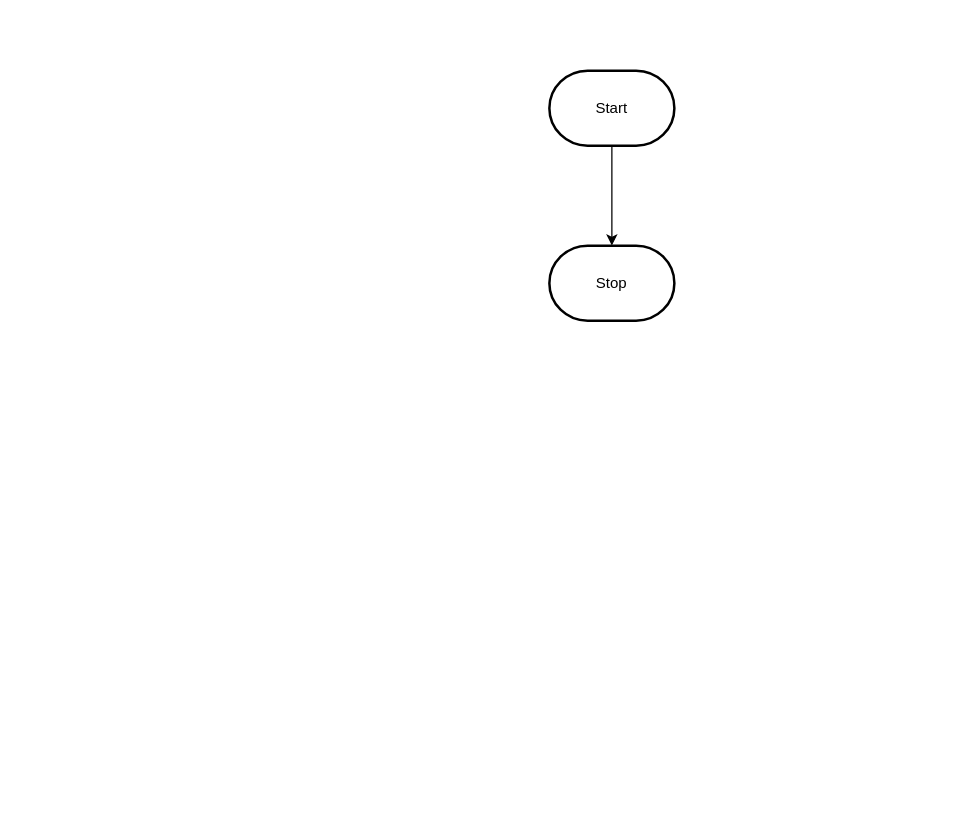
Earlier version of the draw.io diagram design/flowchart.drawio (MTHS-TEJ2O-1-2023/TEJ2O-Unit-2-11-sophie-nguyen-0). Source tidied: cells renumbered, new cells numbered last; positions are measured from the earlier drawing's top-left corner, leaving out a move shared by most shapes. Both pictures are drawn from the tidied source at 125%, with x=0, y=0 at pixel (549, 70).
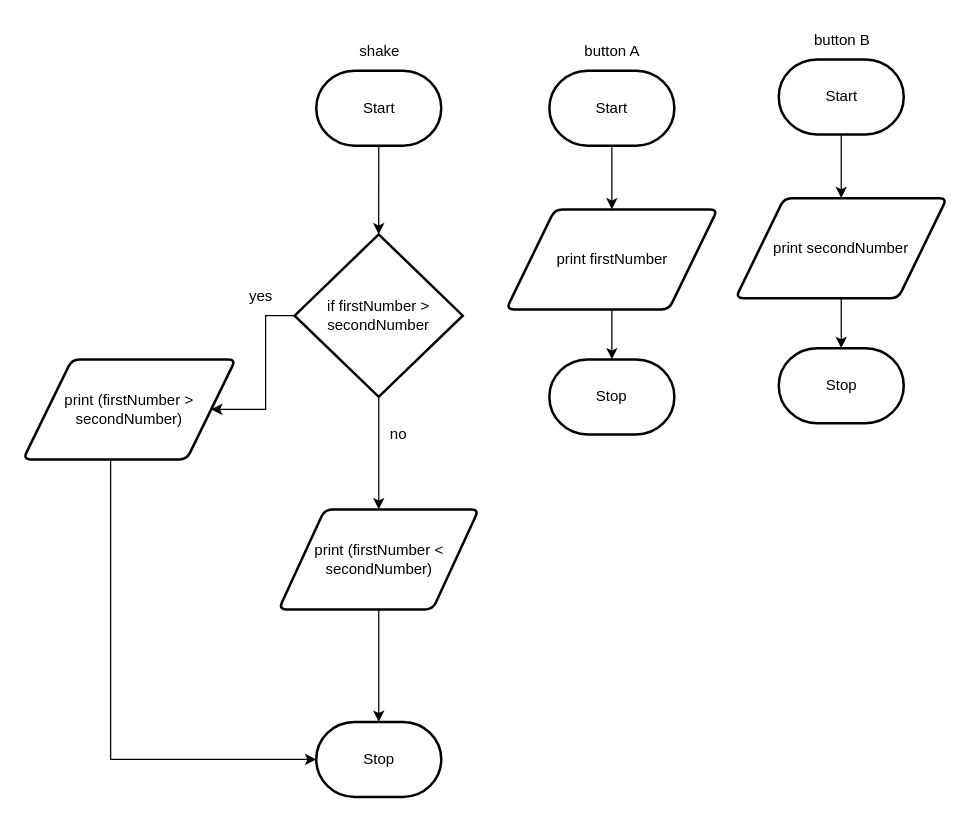
The same page after the edit.

The change refers to these unchanged cells:
```xml
<mxCell id="3" value="Start" style="strokeWidth=2;html=1;shape=mxgraph.flowchart.terminator;whiteSpace=wrap;" parent="1" vertex="1">
  <mxGeometry width="100" height="60" as="geometry" />
</mxCell>
```

What changed in the source:
```diff
@@
-    <mxCell id="2" style="edgeStyle=orthogonalEdgeStyle;html=1;rounded=0;" parent="1" edge="1" source="3" target="4">
-      <mxGeometry relative="1" as="geometry" />
-    </mxCell>
+    <mxCell id="5" style="edgeStyle=none;html=1;" parent="1" edge="1" source="3" target="8">
+      <mxGeometry relative="1" as="geometry" />
+    </mxCell>
@@
     <mxCell id="4" value="Stop" style="strokeWidth=2;html=1;shape=mxgraph.flowchart.terminator;whiteSpace=wrap;" parent="1" vertex="1">
-      <mxGeometry y="140" width="100" height="60" as="geometry" />
+      <mxGeometry y="231" width="100" height="60" as="geometry" />
     </mxCell>
+    <mxCell id="6" value="button A" style="text;html=1;align=center;verticalAlign=middle;strokeColor=none;fillColor=none;" parent="1" vertex="1">
+      <mxGeometry x="15" y="-30" width="70" height="30" as="geometry" />
+    </mxCell>
+    <mxCell id="7" style="edgeStyle=none;html=1;" parent="1" edge="1" source="8" target="4">
+      <mxGeometry relative="1" as="geometry" />
+    </mxCell>
+    <mxCell id="8" value="print firstNumber" style="shape=parallelogram;html=1;strokeWidth=2;perimeter=parallelogramPerimeter;whiteSpace=wrap;rounded=1;arcSize=12;size=0.23;" parent="1" vertex="1">
+      <mxGeometry x="-34.5" y="111" width="169" height="80" as="geometry" />
+    </mxCell>
+    <mxCell id="9" style="edgeStyle=none;html=1;" parent="1" edge="1" source="10" target="14">
+      <mxGeometry relative="1" as="geometry" />
+    </mxCell>
+    <mxCell id="10" value="Start" style="strokeWidth=2;html=1;shape=mxgraph.flowchart.terminator;whiteSpace=wrap;" parent="1" vertex="1">
+      <mxGeometry x="183.5" y="-9" width="100" height="60" as="geometry" />
+    </mxCell>
+    <mxCell id="11" value="Stop" style="strokeWidth=2;html=1;shape=mxgraph.flowchart.terminator;whiteSpace=wrap;" parent="1" vertex="1">
+      <mxGeometry x="183.5" y="222" width="100" height="60" as="geometry" />
+    </mxCell>
+    <mxCell id="12" value="button B" style="text;html=1;align=center;verticalAlign=middle;strokeColor=none;fillColor=none;" parent="1" vertex="1">
+      <mxGeometry x="198.5" y="-39" width="70" height="30" as="geometry" />
+    </mxCell>
+    <mxCell id="13" style="edgeStyle=none;html=1;" parent="1" edge="1" source="14" target="11">
+      <mxGeometry relative="1" as="geometry" />
+    </mxCell>
+    <mxCell id="14" value="print secondNumber" style="shape=parallelogram;html=1;strokeWidth=2;perimeter=parallelogramPerimeter;whiteSpace=wrap;rounded=1;arcSize=12;size=0.23;" parent="1" vertex="1">
+      <mxGeometry x="149" y="102" width="169" height="80" as="geometry" />
+    </mxCell>
+    <mxCell id="15" style="edgeStyle=none;html=1;" parent="1" edge="1" source="16" target="21">
+      <mxGeometry relative="1" as="geometry" />
+    </mxCell>
+    <mxCell id="16" value="Start" style="strokeWidth=2;html=1;shape=mxgraph.flowchart.terminator;whiteSpace=wrap;" parent="1" vertex="1">
+      <mxGeometry x="-186.5" width="100" height="60" as="geometry" />
+    </mxCell>
+    <mxCell id="17" value="Stop" style="strokeWidth=2;html=1;shape=mxgraph.flowchart.terminator;whiteSpace=wrap;" parent="1" vertex="1">
+      <mxGeometry x="-186.5" y="521" width="100" height="60" as="geometry" />
+    </mxCell>
+    <mxCell id="18" value="shake" style="text;html=1;align=center;verticalAlign=middle;strokeColor=none;fillColor=none;" parent="1" vertex="1">
+      <mxGeometry x="-166.5" y="-30" width="60" height="30" as="geometry" />
+    </mxCell>
+    <mxCell id="19" style="edgeStyle=orthogonalEdgeStyle;html=1;rounded=0;" parent="1" edge="1" source="21" target="23">
+      <mxGeometry relative="1" as="geometry">
+        <Array as="points">
+          <mxPoint x="-227" y="196" />
+          <mxPoint x="-227" y="271" />
+        </Array>
+      </mxGeometry>
+    </mxCell>
+    <mxCell id="20" style="edgeStyle=orthogonalEdgeStyle;rounded=0;html=1;" parent="1" edge="1" source="21" target="26">
+      <mxGeometry relative="1" as="geometry" />
+    </mxCell>
+    <mxCell id="21" value="if firstNumber &amp;gt; secondNumber" style="strokeWidth=2;html=1;shape=mxgraph.flowchart.decision;whiteSpace=wrap;" parent="1" vertex="1">
+      <mxGeometry x="-203.8" y="131" width="134.5" height="130" as="geometry" />
+    </mxCell>
+    <mxCell id="22" style="edgeStyle=orthogonalEdgeStyle;rounded=0;html=1;entryX=0;entryY=0.5;entryDx=0;entryDy=0;entryPerimeter=0;" parent="1" edge="1" source="23" target="17">
+      <mxGeometry relative="1" as="geometry">
+        <Array as="points">
+          <mxPoint x="-351" y="551" />
+        </Array>
+      </mxGeometry>
+    </mxCell>
+    <mxCell id="23" value="print (firstNumber &amp;gt; secondNumber)" style="shape=parallelogram;html=1;strokeWidth=2;perimeter=parallelogramPerimeter;whiteSpace=wrap;rounded=1;arcSize=12;size=0.23;" parent="1" vertex="1">
+      <mxGeometry x="-421" y="231" width="170" height="80" as="geometry" />
+    </mxCell>
+    <mxCell id="24" value="yes" style="text;html=1;align=center;verticalAlign=middle;strokeColor=none;fillColor=none;" parent="1" vertex="1">
+      <mxGeometry x="-251" y="166" width="40" height="30" as="geometry" />
+    </mxCell>
+    <mxCell id="25" style="edgeStyle=orthogonalEdgeStyle;rounded=0;html=1;" parent="1" edge="1" source="26" target="17">
+      <mxGeometry relative="1" as="geometry" />
+    </mxCell>
+    <mxCell id="26" value="print (firstNumber &amp;lt; secondNumber)" style="shape=parallelogram;html=1;strokeWidth=2;perimeter=parallelogramPerimeter;whiteSpace=wrap;rounded=1;arcSize=12;size=0.23;" parent="1" vertex="1">
+      <mxGeometry x="-216.5" y="351" width="160" height="80" as="geometry" />
+    </mxCell>
+    <mxCell id="27" value="no" style="text;html=1;align=center;verticalAlign=middle;strokeColor=none;fillColor=none;" parent="1" vertex="1">
+      <mxGeometry x="-141" y="276" width="40" height="30" as="geometry" />
+    </mxCell>
```
